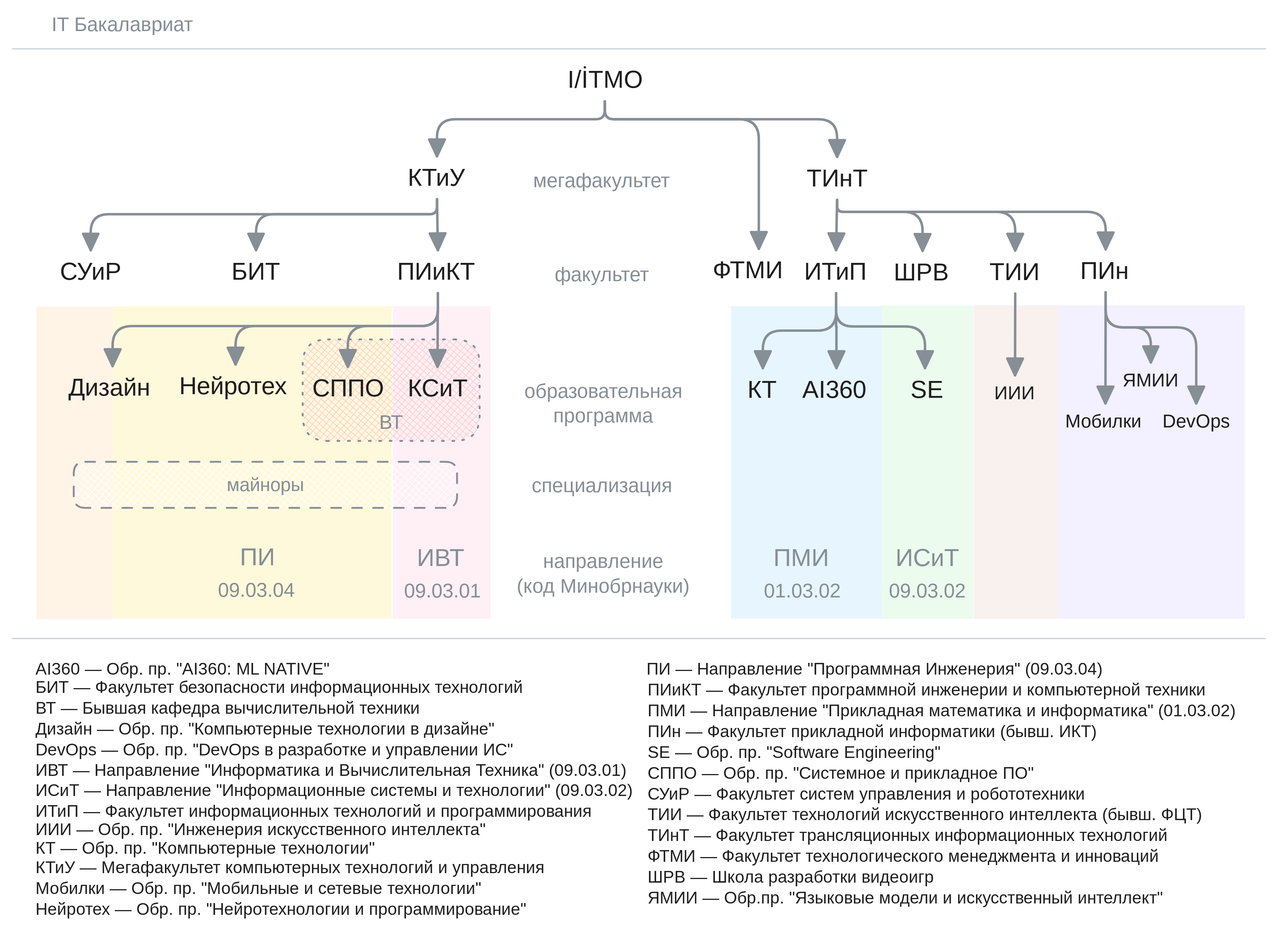
Above: res/itmo-struct.excalidraw.svg in e1turin/itmo-abit (Excalidraw), before the change. Source tidied: one line per element, renumbered; positions are measured from the earlier drawing's top-left corner, leaving out a move shared by most shapes.
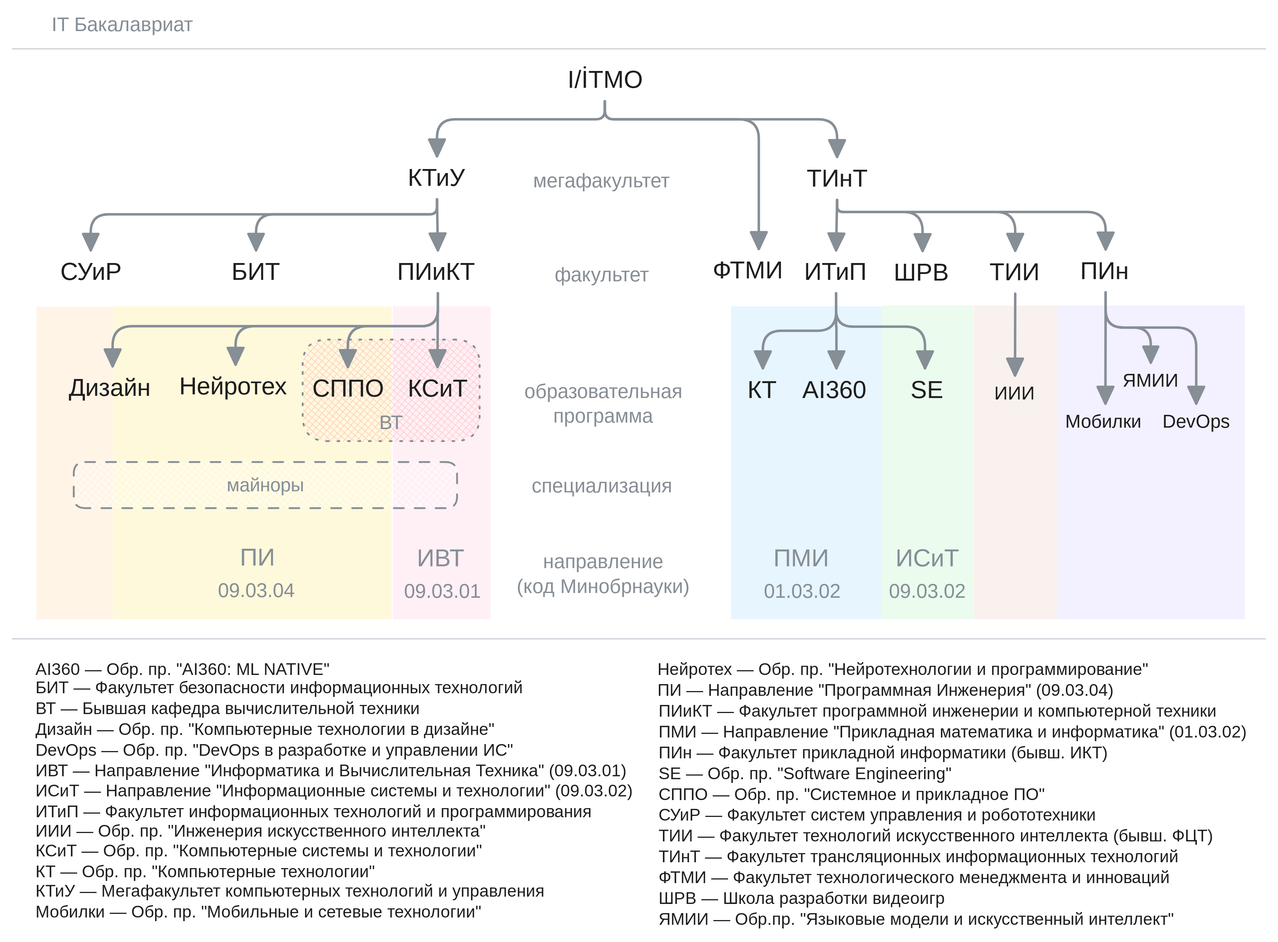
The same diagram one commit later.

Commit message:
add КСиТ abbreviation

Change to the diagram source:
```diff
@@ -69,25 +69,26 @@
 {"id": 68, "type": "text", "text": "Дизайн — Обр. пр. \"Компьютерные технологии в дизайне\"", "strokeColor": "#1e1e1e", "backgroundColor": "#ffc9c9", "fillStyle": "cross-hatch", "strokeWidth": 1, "roughness": 0, "fontSize": 13.54, "fontFamily": 6, "x": 19, "y": 575, "width": 379, "height": 17}
 {"id": 69, "type": "text", "text": "DevOps — Обр. пр. \"DevOps в разработке и управлении ИС\"", "strokeColor": "#1e1e1e", "backgroundColor": "#ffc9c9", "fillStyle": "cross-hatch", "strokeWidth": 1, "roughness": 0, "fontSize": 13.54, "fontFamily": 6, "x": 19, "y": 592, "width": 388, "height": 17}
 {"id": 70, "type": "text", "text": "ИТиП — Факультет информационных технологий и программирования", "strokeColor": "#1e1e1e", "backgroundColor": "#ffc9c9", "fillStyle": "cross-hatch", "strokeWidth": 1, "roughness": 0, "fontSize": 13.54, "fontFamily": 6, "x": 19, "y": 642, "width": 460, "height": 17}
-{"id": 71, "type": "text", "text": "ИИИ — Обр. пр. \"Инженерия искусственного интеллекта\"", "strokeColor": "#1e1e1e", "backgroundColor": "#ffc9c9", "fillStyle": "cross-hatch", "strokeWidth": 1, "roughness": 0, "fontSize": 13.54, "fontFamily": 6, "x": 19, "y": 657, "width": 372, "height": 17}
+{"id": 71, "type": "text", "text": "ИИИ — Обр. пр. \"Инженерия искусственного интеллекта\"", "strokeColor": "#1e1e1e", "backgroundColor": "#ffc9c9", "fillStyle": "cross-hatch", "strokeWidth": 1, "roughness": 0, "fontSize": 13.54, "fontFamily": 6, "x": 19, "y": 658, "width": 372, "height": 17}
 {"id": 72, "type": "text", "text": "ИСиТ — Направление \"Информационные системы и технологии\" (09.03.02)", "strokeColor": "#1e1e1e", "backgroundColor": "#ffc9c9", "fillStyle": "cross-hatch", "strokeWidth": 1, "roughness": 0, "fontSize": 13.54, "fontFamily": 6, "x": 19, "y": 625, "width": 488, "height": 17}
 {"id": 73, "type": "text", "text": "ИВТ — Направление \"Информатика и Вычислительная Техника\" (09.03.01)", "strokeColor": "#1e1e1e", "backgroundColor": "#ffc9c9", "fillStyle": "cross-hatch", "strokeWidth": 1, "roughness": 0, "fontSize": 13.54, "fontFamily": 6, "x": 19, "y": 608, "width": 486, "height": 17}
-{"id": 74, "type": "text", "text": "КТ — Обр. пр. \"Компьютерные технологии\"", "strokeColor": "#1e1e1e", "backgroundColor": "#ffc9c9", "fillStyle": "cross-hatch", "strokeWidth": 1, "roughness": 0, "fontSize": 13.54, "fontFamily": 6, "x": 19, "y": 672, "width": 280, "height": 17}
+{"id": 74, "type": "text", "text": "КТ — Обр. пр. \"Компьютерные технологии\"", "strokeColor": "#1e1e1e", "backgroundColor": "#ffc9c9", "fillStyle": "cross-hatch", "strokeWidth": 1, "roughness": 0, "fontSize": 13.54, "fontFamily": 6, "x": 19, "y": 690, "width": 280, "height": 17}
+{"id": 95, "type": "text", "text": "КСиТ — Обр. пр. \"Компьютерные системы и технологии\"", "strokeColor": "#1e1e1e", "backgroundColor": "#ffc9c9", "fillStyle": "cross-hatch", "strokeWidth": 1, "roughness": 0, "fontSize": 13.54, "fontFamily": 6, "x": 19, "y": 673, "width": 363, "height": 17}
-{"id": 75, "type": "text", "text": "КТиУ — Мегафакультет компьютерных технологий и управления", "strokeColor": "#1e1e1e", "backgroundColor": "#ffc9c9", "fillStyle": "cross-hatch", "strokeWidth": 1, "roughness": 0, "fontSize": 13.54, "fontFamily": 6, "x": 19, "y": 688, "width": 421, "height": 17}
+{"id": 75, "type": "text", "text": "КТиУ — Мегафакультет компьютерных технологий и управления", "strokeColor": "#1e1e1e", "backgroundColor": "#ffc9c9", "fillStyle": "cross-hatch", "strokeWidth": 1, "roughness": 0, "fontSize": 13.54, "fontFamily": 6, "x": 19, "y": 706, "width": 421, "height": 17}
-{"id": 76, "type": "text", "text": "Мобилки — Обр. пр. \"Мобильные и сетевые технологии\"", "strokeColor": "#1e1e1e", "backgroundColor": "#ffc9c9", "fillStyle": "cross-hatch", "strokeWidth": 1, "roughness": 0, "fontSize": 13.54, "fontFamily": 6, "x": 19, "y": 704, "width": 364, "height": 17}
+{"id": 76, "type": "text", "text": "Мобилки — Обр. пр. \"Мобильные и сетевые технологии\"", "strokeColor": "#1e1e1e", "backgroundColor": "#ffc9c9", "fillStyle": "cross-hatch", "strokeWidth": 1, "roughness": 0, "fontSize": 13.54, "fontFamily": 6, "x": 19, "y": 723, "width": 364, "height": 17}
-{"id": 77, "type": "text", "text": "Нейротех — Обр. пр. \"Нейротехнологии и программирование\"", "strokeColor": "#1e1e1e", "backgroundColor": "#ffc9c9", "fillStyle": "cross-hatch", "strokeWidth": 1, "roughness": 0, "fontSize": 13.54, "fontFamily": 6, "x": 19, "y": 721, "width": 405, "height": 17}
+{"id": 77, "type": "text", "text": "Нейротех — Обр. пр. \"Нейротехнологии и программирование\"", "strokeColor": "#1e1e1e", "backgroundColor": "#ffc9c9", "fillStyle": "cross-hatch", "strokeWidth": 1, "roughness": 0, "fontSize": 13.54, "fontFamily": 6, "x": 525, "y": 526, "width": 405, "height": 17}
-{"id": 78, "type": "text", "text": "ПИ — Направление \"Программная Инженерия\" (09.03.04)", "strokeColor": "#1e1e1e", "backgroundColor": "#ffc9c9", "fillStyle": "cross-hatch", "strokeWidth": 1, "roughness": 0, "fontSize": 13.54, "fontFamily": 6, "x": 516, "y": 526, "width": 377, "height": 17}
+{"id": 78, "type": "text", "text": "ПИ — Направление \"Программная Инженерия\" (09.03.04)", "strokeColor": "#1e1e1e", "backgroundColor": "#ffc9c9", "fillStyle": "cross-hatch", "strokeWidth": 1, "roughness": 0, "fontSize": 13.54, "fontFamily": 6, "x": 525, "y": 543, "width": 377, "height": 17}
-{"id": 79, "type": "text", "text": "ПИиКТ — Факультет программной инженерии и компьютерной техники", "strokeColor": "#1e1e1e", "backgroundColor": "#ffc9c9", "fillStyle": "cross-hatch", "strokeWidth": 1, "roughness": 0, "fontSize": 13.54, "fontFamily": 6, "x": 517, "y": 543, "width": 466, "height": 17}
+{"id": 79, "type": "text", "text": "ПИиКТ — Факультет программной инженерии и компьютерной техники", "strokeColor": "#1e1e1e", "backgroundColor": "#ffc9c9", "fillStyle": "cross-hatch", "strokeWidth": 1, "roughness": 0, "fontSize": 13.54, "fontFamily": 6, "x": 526, "y": 560, "width": 466, "height": 17}
-{"id": 80, "type": "text", "text": "ПМИ — Направление \"Прикладная математика и информатика\" (01.03.02)", "strokeColor": "#1e1e1e", "backgroundColor": "#ffc9c9", "fillStyle": "cross-hatch", "strokeWidth": 1, "roughness": 0, "fontSize": 13.54, "fontFamily": 6, "x": 517, "y": 560, "width": 482, "height": 17}
+{"id": 80, "type": "text", "text": "ПМИ — Направление \"Прикладная математика и информатика\" (01.03.02)", "strokeColor": "#1e1e1e", "backgroundColor": "#ffc9c9", "fillStyle": "cross-hatch", "strokeWidth": 1, "roughness": 0, "fontSize": 13.54, "fontFamily": 6, "x": 526, "y": 577, "width": 482, "height": 17}
-{"id": 81, "type": "text", "text": "ПИн — Факультет прикладной информатики (бывш. ИКТ)", "strokeColor": "#1e1e1e", "backgroundColor": "#ffc9c9", "fillStyle": "cross-hatch", "strokeWidth": 1, "roughness": 0, "fontSize": 13.54, "fontFamily": 6, "x": 517, "y": 577, "width": 372, "height": 17}
+{"id": 81, "type": "text", "text": "ПИн — Факультет прикладной информатики (бывш. ИКТ)", "strokeColor": "#1e1e1e", "backgroundColor": "#ffc9c9", "fillStyle": "cross-hatch", "strokeWidth": 1, "roughness": 0, "fontSize": 13.54, "fontFamily": 6, "x": 526, "y": 594, "width": 372, "height": 17}
-{"id": 82, "type": "text", "text": "SE — Обр. пр. \"Software Engineering\"", "strokeColor": "#1e1e1e", "backgroundColor": "#ffc9c9", "fillStyle": "cross-hatch", "strokeWidth": 1, "roughness": 0, "fontSize": 13.54, "fontFamily": 6, "x": 517, "y": 594, "width": 236, "height": 17}
+{"id": 82, "type": "text", "text": "SE — Обр. пр. \"Software Engineering\"", "strokeColor": "#1e1e1e", "backgroundColor": "#ffc9c9", "fillStyle": "cross-hatch", "strokeWidth": 1, "roughness": 0, "fontSize": 13.54, "fontFamily": 6, "x": 526, "y": 611, "width": 236, "height": 17}
-{"id": 83, "type": "text", "text": "СППО — Обр. пр. \"Системное и прикладное ПО\"", "strokeColor": "#1e1e1e", "backgroundColor": "#ffc9c9", "fillStyle": "cross-hatch", "strokeWidth": 1, "roughness": 0, "fontSize": 13.54, "fontFamily": 6, "x": 517, "y": 611, "width": 313, "height": 17}
+{"id": 83, "type": "text", "text": "СППО — Обр. пр. \"Системное и прикладное ПО\"", "strokeColor": "#1e1e1e", "backgroundColor": "#ffc9c9", "fillStyle": "cross-hatch", "strokeWidth": 1, "roughness": 0, "fontSize": 13.54, "fontFamily": 6, "x": 526, "y": 628, "width": 313, "height": 17}
-{"id": 84, "type": "text", "text": "СУиР — Факультет систем управления и робототехники", "strokeColor": "#1e1e1e", "backgroundColor": "#ffc9c9", "fillStyle": "cross-hatch", "strokeWidth": 1, "roughness": 0, "fontSize": 13.54, "fontFamily": 6, "x": 517, "y": 628, "width": 360, "height": 17}
+{"id": 84, "type": "text", "text": "СУиР — Факультет систем управления и робототехники", "strokeColor": "#1e1e1e", "backgroundColor": "#ffc9c9", "fillStyle": "cross-hatch", "strokeWidth": 1, "roughness": 0, "fontSize": 13.54, "fontFamily": 6, "x": 526, "y": 644, "width": 360, "height": 17}
-{"id": 85, "type": "text", "text": "ТИИ — Факультет технологий искусственного интеллекта (бывш. ФЦТ)", "strokeColor": "#1e1e1e", "backgroundColor": "#ffc9c9", "fillStyle": "cross-hatch", "strokeWidth": 1, "roughness": 0, "fontSize": 13.54, "fontFamily": 6, "x": 517, "y": 644, "width": 459, "height": 17}
+{"id": 85, "type": "text", "text": "ТИИ — Факультет технологий искусственного интеллекта (бывш. ФЦТ)", "strokeColor": "#1e1e1e", "backgroundColor": "#ffc9c9", "fillStyle": "cross-hatch", "strokeWidth": 1, "roughness": 0, "fontSize": 13.54, "fontFamily": 6, "x": 526, "y": 661, "width": 459, "height": 17}
-{"id": 86, "type": "text", "text": "ТИнТ — Факультет трансляционных информационных технологий", "strokeColor": "#1e1e1e", "backgroundColor": "#ffc9c9", "fillStyle": "cross-hatch", "strokeWidth": 1, "roughness": 0, "fontSize": 13.54, "fontFamily": 6, "x": 517, "y": 661, "width": 430, "height": 17}
+{"id": 86, "type": "text", "text": "ТИнТ — Факультет трансляционных информационных технологий", "strokeColor": "#1e1e1e", "backgroundColor": "#ffc9c9", "fillStyle": "cross-hatch", "strokeWidth": 1, "roughness": 0, "fontSize": 13.54, "fontFamily": 6, "x": 526, "y": 678, "width": 430, "height": 17}
-{"id": 87, "type": "text", "text": "ФТМИ — Факультет технологического менеджмента и инноваций", "strokeColor": "#1e1e1e", "backgroundColor": "#ffc9c9", "fillStyle": "cross-hatch", "strokeWidth": 1, "roughness": 0, "fontSize": 13.54, "fontFamily": 6, "x": 517, "y": 678, "width": 426, "height": 17}
+{"id": 87, "type": "text", "text": "ФТМИ — Факультет технологического менеджмента и инноваций", "strokeColor": "#1e1e1e", "backgroundColor": "#ffc9c9", "fillStyle": "cross-hatch", "strokeWidth": 1, "roughness": 0, "fontSize": 13.54, "fontFamily": 6, "x": 526, "y": 695, "width": 426, "height": 17}
-{"id": 88, "type": "text", "text": "ШРВ — Школа разработки видеоигр", "strokeColor": "#1e1e1e", "backgroundColor": "#ffc9c9", "fillStyle": "cross-hatch", "strokeWidth": 1, "roughness": 0, "fontSize": 13.54, "fontFamily": 6, "x": 517, "y": 695, "width": 239, "height": 17}
+{"id": 88, "type": "text", "text": "ШРВ — Школа разработки видеоигр", "strokeColor": "#1e1e1e", "backgroundColor": "#ffc9c9", "fillStyle": "cross-hatch", "strokeWidth": 1, "roughness": 0, "fontSize": 13.54, "fontFamily": 6, "x": 526, "y": 712, "width": 239, "height": 17}
-{"id": 89, "type": "text", "text": "ЯМИИ — Обр.пр. \"Языковые модели и искусственный интеллект\"", "strokeColor": "#1e1e1e", "backgroundColor": "#ffc9c9", "fillStyle": "cross-hatch", "strokeWidth": 1, "roughness": 0, "fontSize": 13.54, "fontFamily": 6, "x": 517, "y": 712, "width": 422, "height": 17}
+{"id": 89, "type": "text", "text": "ЯМИИ — Обр.пр. \"Языковые модели и искусственный интеллект\"", "strokeColor": "#1e1e1e", "backgroundColor": "#ffc9c9", "fillStyle": "cross-hatch", "strokeWidth": 1, "roughness": 0, "fontSize": 13.54, "fontFamily": 6, "x": 526, "y": 729, "width": 422, "height": 17}
 {"id": 90, "type": "text", "text": "IT Бакалавриат", "strokeColor": "#868e96", "backgroundColor": "#ffc9c9", "fillStyle": "cross-hatch", "strokeWidth": 1, "roughness": 0, "fontSize": 16, "fontFamily": 6, "x": 32, "y": 0, "width": 116, "height": 20}
 {"id": 91, "type": "arrow", "strokeColor": "#868e96", "backgroundColor": "#f8f1ee", "fillStyle": "cross-hatch", "strokeWidth": 2, "roughness": 0, "endArrowhead": "triangle", "from": 25, "to": 29, "x": 889, "y": 228, "width": 0, "height": 90, "points": [[0, 0], [0, 90]]}
 {"id": 92, "type": "arrow", "strokeColor": "#868e96", "backgroundColor": "#f8f1ee", "fillStyle": "cross-hatch", "strokeWidth": 2, "roughness": 0, "endArrowhead": "triangle", "from": 26, "to": 32, "x": 816, "y": 229, "width": 0, "height": 66, "points": [[0, 0], [0, 66]]}
```
